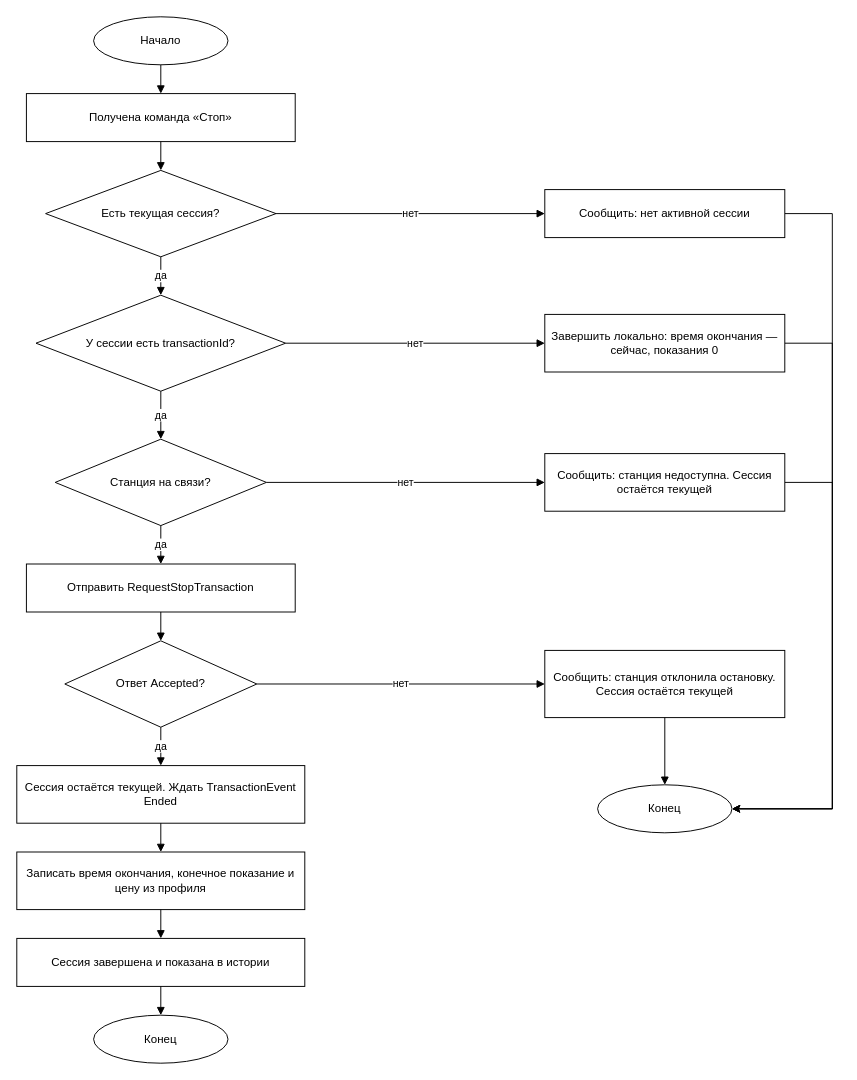
Before: Диаграммы/Остановка сессии (2.8).drawio in PetrachkovArtem/diplom, a draw.io diagram. Source tidied: cells renumbered, new cells numbered last; positions are measured from the earlier drawing's top-left corner, leaving out a move shared by most shapes. Both pictures are drawn from the tidied source at 96%, with x=0, y=0 at pixel (16, 16).
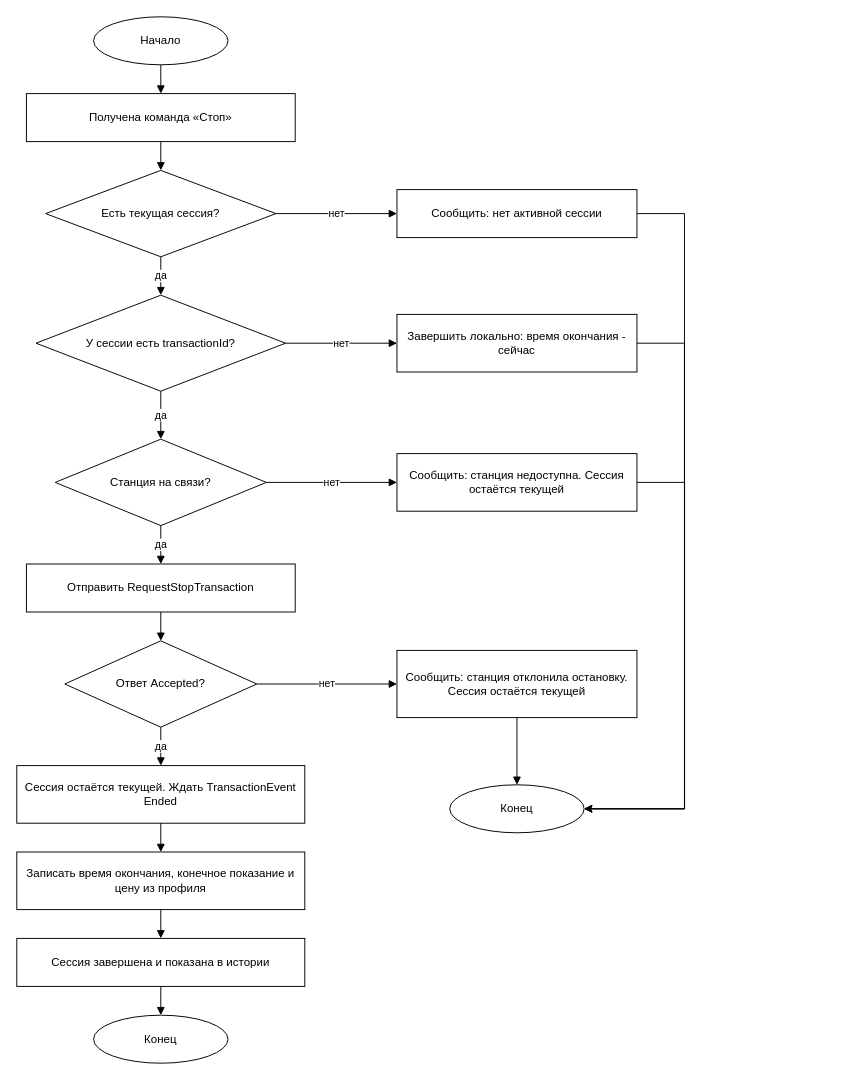
After the change.

Diff of the diagram source:
```diff
@@
     <mxCell id="13" style="edgeStyle=orthogonalEdgeStyle;rounded=0;jettySize=auto;html=1;entryX=1;entryY=0.5;entryDx=0;entryDy=0;defaultLabelBackgroundColor=page;" parent="1" edge="1" source="14" target="20">
       <mxGeometry relative="1" as="geometry">
         <Array as="points">
-          <mxPoint x="849.5" y="205" />
-          <mxPoint x="849.5" y="825" />
+          <mxPoint x="695.5" y="205" />
+          <mxPoint x="695.5" y="825" />
         </Array>
       </mxGeometry>
     </mxCell>
     <mxCell id="14" value="Сообщить: нет активной сессии" style="rounded=0;whiteSpace=wrap;html=1;fillColor=#ffffff;strokeColor=#000000;fontColor=#000000;" parent="1" vertex="1">
-      <mxGeometry x="550" y="180" width="250" height="50" as="geometry" />
+      <mxGeometry x="396" y="180" width="250" height="50" as="geometry" />
     </mxCell>
     <mxCell id="15" style="edgeStyle=orthogonalEdgeStyle;rounded=0;jettySize=auto;html=1;entryX=1;entryY=0.5;entryDx=0;entryDy=0;defaultLabelBackgroundColor=page;" parent="1" edge="1" source="16" target="20">
       <mxGeometry relative="1" as="geometry">
         <Array as="points">
-          <mxPoint x="849.5" y="340" />
-          <mxPoint x="849.5" y="825" />
+          <mxPoint x="695.5" y="340" />
+          <mxPoint x="695.5" y="825" />
         </Array>
       </mxGeometry>
     </mxCell>
-    <mxCell id="16" value="Завершить локально: время окончания — сейчас, показания 0" style="rounded=0;whiteSpace=wrap;html=1;fillColor=#ffffff;strokeColor=#000000;fontColor=#000000;" parent="1" vertex="1">
-      <mxGeometry x="550" y="310" width="250" height="60" as="geometry" />
+    <mxCell id="16" value="Завершить локально: время окончания - сейчас" style="rounded=0;whiteSpace=wrap;html=1;fillColor=#ffffff;strokeColor=#000000;fontColor=#000000;" parent="1" vertex="1">
+      <mxGeometry x="396" y="310" width="250" height="60" as="geometry" />
     </mxCell>
     <mxCell id="17" style="edgeStyle=orthogonalEdgeStyle;rounded=0;jettySize=auto;html=1;entryX=1;entryY=0.5;entryDx=0;entryDy=0;defaultLabelBackgroundColor=page;" parent="1" edge="1" source="18" target="20">
       <mxGeometry relative="1" as="geometry">
         <Array as="points">
-          <mxPoint x="849.6" y="485" />
-          <mxPoint x="849.6" y="825" />
+          <mxPoint x="695.6" y="485" />
+          <mxPoint x="695.6" y="825" />
         </Array>
       </mxGeometry>
     </mxCell>
     <mxCell id="18" value="Сообщить: станция недоступна. Сессия остаётся текущей" style="rounded=0;whiteSpace=wrap;html=1;fillColor=#ffffff;strokeColor=#000000;fontColor=#000000;" parent="1" vertex="1">
-      <mxGeometry x="550" y="455" width="250" height="60" as="geometry" />
+      <mxGeometry x="396" y="455" width="250" height="60" as="geometry" />
     </mxCell>
     <mxCell id="19" value="Сообщить: станция отклонила остановку. Сессия остаётся текущей" style="rounded=0;whiteSpace=wrap;html=1;fillColor=#ffffff;strokeColor=#000000;fontColor=#000000;" parent="1" vertex="1">
-      <mxGeometry x="550" y="660" width="250" height="70" as="geometry" />
+      <mxGeometry x="396" y="660" width="250" height="70" as="geometry" />
     </mxCell>
     <mxCell id="20" value="Конец" style="ellipse;whiteSpace=wrap;html=1;fillColor=#ffffff;strokeColor=#000000;fontColor=#000000;" parent="1" vertex="1">
-      <mxGeometry x="605" y="800" width="140" height="50" as="geometry" />
+      <mxGeometry x="451" y="800" width="140" height="50" as="geometry" />
     </mxCell>
```
